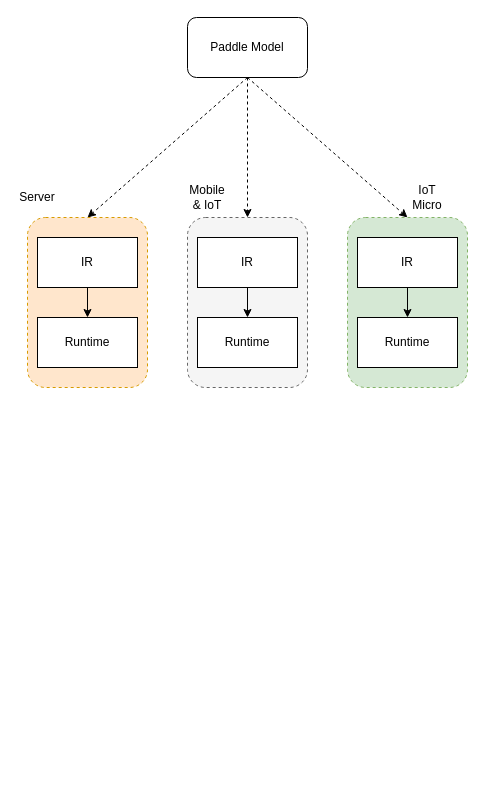
Earlier version of the draw.io diagram CINNRT-heavy-IR-light-runtime-design.drawio (Superjomn/_tmp_images). Source tidied: cells renumbered, new cells numbered last; positions are measured from the earlier drawing's top-left corner, leaving out a move shared by most shapes. Both pictures are drawn from the tidied source at 100%, with x=0, y=0 at pixel (17, 17).
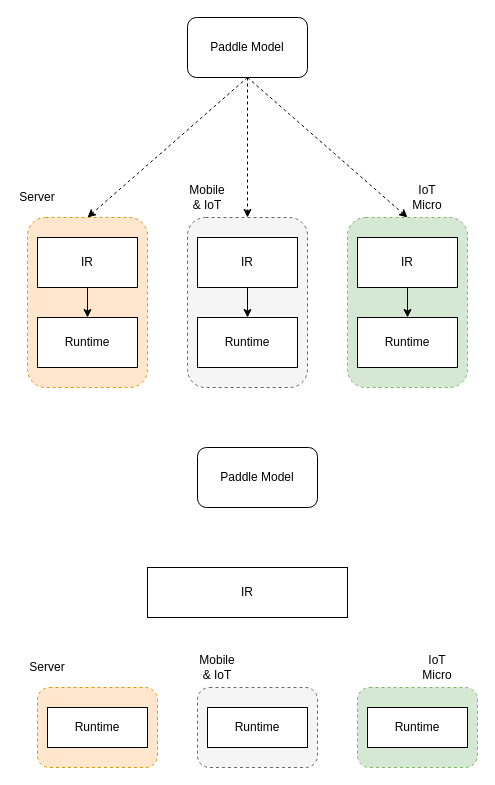
After the change.

Diff of the diagram source:
```diff
@@
+    <mxCell id="21" value="Paddle Model" style="rounded=1;whiteSpace=wrap;html=1;" parent="1" vertex="1">
+      <mxGeometry x="180" y="430" width="120" height="60" as="geometry" />
+    </mxCell>
+    <mxCell id="22" style="rounded=1;whiteSpace=wrap;html=1;dashed=1;fillColor=#ffe6cc;strokeColor=#d79b00;" parent="1" vertex="1">
+      <mxGeometry x="20" y="670" width="120" height="80" as="geometry" />
+    </mxCell>
+    <mxCell id="23" style="rounded=1;whiteSpace=wrap;html=1;dashed=1;fillColor=#f5f5f5;strokeColor=#666666;fontColor=#333333;" parent="1" vertex="1">
+      <mxGeometry x="180" y="670" width="120" height="80" as="geometry" />
+    </mxCell>
+    <mxCell id="24" style="rounded=1;whiteSpace=wrap;html=1;dashed=1;fillColor=#d5e8d4;strokeColor=#82b366;" parent="1" vertex="1">
+      <mxGeometry x="340" y="670" width="120" height="80" as="geometry" />
+    </mxCell>
+    <mxCell id="25" value="Server" style="text;html=1;strokeColor=none;fillColor=none;align=center;verticalAlign=middle;whiteSpace=wrap;rounded=0;dashed=1;" parent="1" vertex="1">
+      <mxGeometry x="10" y="640" width="40" height="20" as="geometry" />
+    </mxCell>
+    <mxCell id="26" value="Mobile &amp;amp; IoT" style="text;html=1;strokeColor=none;fillColor=none;align=center;verticalAlign=middle;whiteSpace=wrap;rounded=0;dashed=1;" parent="1" vertex="1">
+      <mxGeometry x="180" y="640" width="40" height="20" as="geometry" />
+    </mxCell>
+    <mxCell id="27" value="IoT Micro" style="text;html=1;strokeColor=none;fillColor=none;align=center;verticalAlign=middle;whiteSpace=wrap;rounded=0;dashed=1;" parent="1" vertex="1">
+      <mxGeometry x="400" y="640" width="40" height="20" as="geometry" />
+    </mxCell>
+    <mxCell id="28" value="Runtime" style="rounded=0;whiteSpace=wrap;html=1;" parent="1" vertex="1">
+      <mxGeometry x="30" y="690" width="100" height="40" as="geometry" />
+    </mxCell>
+    <mxCell id="29" value="IR" style="rounded=0;whiteSpace=wrap;html=1;" parent="1" vertex="1">
+      <mxGeometry x="130" y="550" width="200" height="50" as="geometry" />
+    </mxCell>
+    <mxCell id="30" value="Runtime" style="rounded=0;whiteSpace=wrap;html=1;" parent="1" vertex="1">
+      <mxGeometry x="190" y="690" width="100" height="40" as="geometry" />
+    </mxCell>
+    <mxCell id="31" value="Runtime" style="rounded=0;whiteSpace=wrap;html=1;" parent="1" vertex="1">
+      <mxGeometry x="350" y="690" width="100" height="40" as="geometry" />
+    </mxCell>
```
